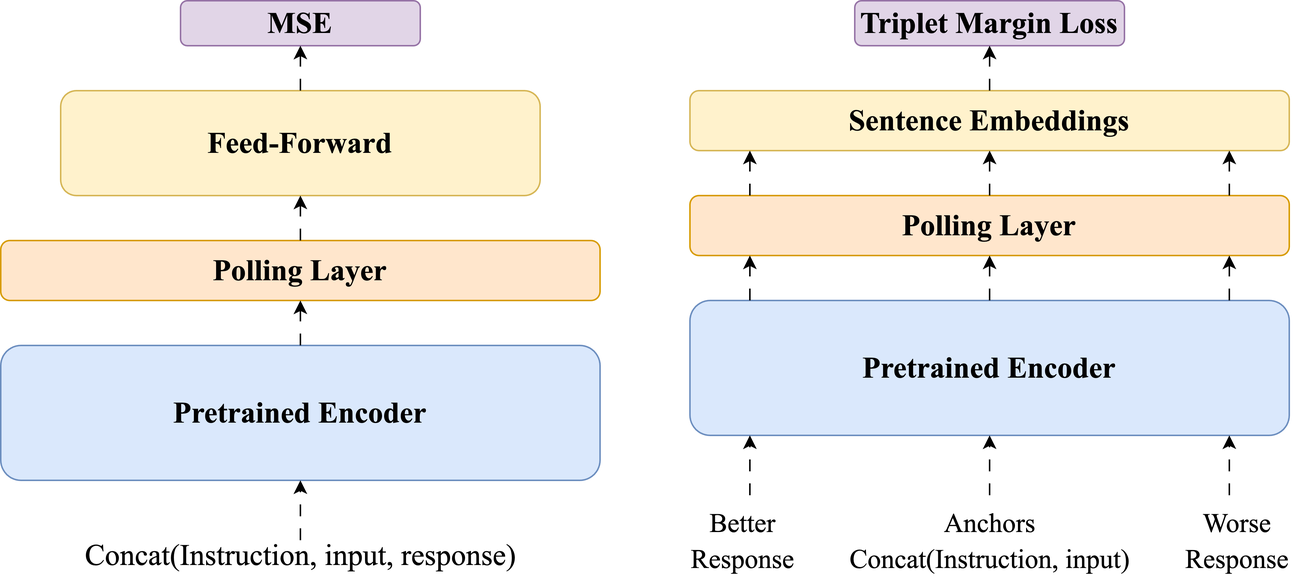
Earlier version of the draw.io export pic/IQS&Comet.png (IronBeliever/CaR). Source tidied: cells renumbered, new cells last; positions are measured from the earlier drawing's top-left corner, leaving out a move shared by most shapes.
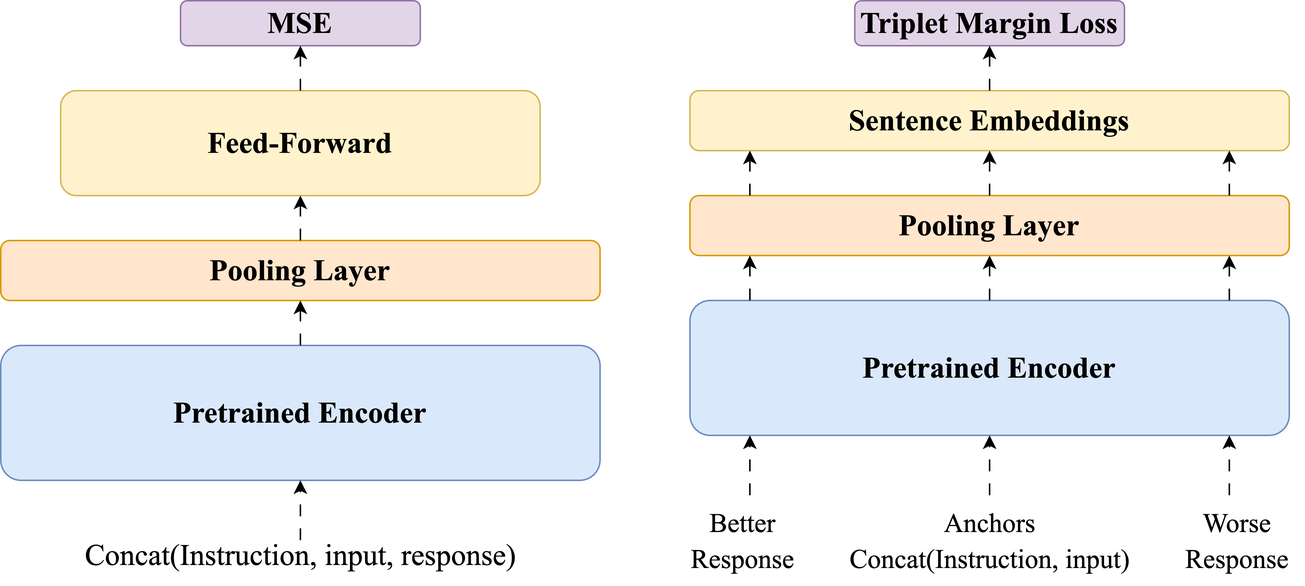
Above is the later version.

What changed in the source:
```diff
@@ -5,7 +5,7 @@
     <mxCell id="2" value="&lt;font face=&quot;Times New Roman&quot;&gt;&lt;b&gt;Pretrained Encoder&lt;/b&gt;&lt;/font&gt;" style="rounded=1;whiteSpace=wrap;html=1;hachureGap=4;fontFamily=Architects Daughter;fontSource=https%3A%2F%2Ffonts.googleapis.com%2Fcss%3Ffamily%3DArchitects%2BDaughter;fontSize=20;fillColor=#dae8fc;strokeColor=#6c8ebf;" parent="1" vertex="1">
       <mxGeometry y="230" width="400" height="90" as="geometry" />
     </mxCell>
-    <mxCell id="3" value="&lt;font face=&quot;Times New Roman&quot;&gt;&lt;b&gt;Polling Layer&lt;/b&gt;&lt;/font&gt;" style="rounded=1;whiteSpace=wrap;html=1;hachureGap=4;fontFamily=Architects Daughter;fontSource=https%3A%2F%2Ffonts.googleapis.com%2Fcss%3Ffamily%3DArchitects%2BDaughter;fontSize=20;fillColor=#ffe6cc;strokeColor=#d79b00;" parent="1" vertex="1">
+    <mxCell id="3" value="&lt;font face=&quot;Times New Roman&quot;&gt;&lt;b&gt;Pooling Layer&lt;/b&gt;&lt;/font&gt;" style="rounded=1;whiteSpace=wrap;html=1;hachureGap=4;fontFamily=Architects Daughter;fontSource=https%3A%2F%2Ffonts.googleapis.com%2Fcss%3Ffamily%3DArchitects%2BDaughter;fontSize=20;fillColor=#ffe6cc;strokeColor=#d79b00;" parent="1" vertex="1">
       <mxGeometry y="160" width="400" height="40" as="geometry" />
     </mxCell>
     <mxCell id="4" value="&lt;font face=&quot;Times New Roman&quot;&gt;&lt;b&gt;Feed-Forward&lt;/b&gt;&lt;/font&gt;" style="rounded=1;whiteSpace=wrap;html=1;hachureGap=4;fontFamily=Architects Daughter;fontSource=https%3A%2F%2Ffonts.googleapis.com%2Fcss%3Ffamily%3DArchitects%2BDaughter;fontSize=20;fillColor=#fff2cc;strokeColor=#d6b656;" parent="1" vertex="1">
@@ -34,7 +34,7 @@
     <mxCell id="11" value="&lt;font face=&quot;Times New Roman&quot;&gt;&lt;b&gt;Pretrained Encoder&lt;/b&gt;&lt;/font&gt;" style="rounded=1;whiteSpace=wrap;html=1;hachureGap=4;fontFamily=Architects Daughter;fontSource=https%3A%2F%2Ffonts.googleapis.com%2Fcss%3Ffamily%3DArchitects%2BDaughter;fontSize=20;fillColor=#dae8fc;strokeColor=#6c8ebf;" parent="1" vertex="1">
       <mxGeometry x="460" y="200" width="400" height="90" as="geometry" />
     </mxCell>
-    <mxCell id="12" value="&lt;font face=&quot;Times New Roman&quot;&gt;&lt;b&gt;Polling Layer&lt;/b&gt;&lt;/font&gt;" style="rounded=1;whiteSpace=wrap;html=1;hachureGap=4;fontFamily=Architects Daughter;fontSource=https%3A%2F%2Ffonts.googleapis.com%2Fcss%3Ffamily%3DArchitects%2BDaughter;fontSize=20;fillColor=#ffe6cc;strokeColor=#d79b00;" parent="1" vertex="1">
+    <mxCell id="12" value="&lt;font face=&quot;Times New Roman&quot;&gt;&lt;b&gt;Pooling Layer&lt;/b&gt;&lt;/font&gt;" style="rounded=1;whiteSpace=wrap;html=1;hachureGap=4;fontFamily=Architects Daughter;fontSource=https%3A%2F%2Ffonts.googleapis.com%2Fcss%3Ffamily%3DArchitects%2BDaughter;fontSize=20;fillColor=#ffe6cc;strokeColor=#d79b00;" parent="1" vertex="1">
       <mxGeometry x="460" y="130" width="400" height="40" as="geometry" />
     </mxCell>
     <mxCell id="13" value="&lt;font face=&quot;Times New Roman&quot;&gt;&lt;b&gt;Sentence Embeddings&lt;/b&gt;&lt;/font&gt;" style="rounded=1;whiteSpace=wrap;html=1;hachureGap=4;fontFamily=Architects Daughter;fontSource=https%3A%2F%2Ffonts.googleapis.com%2Fcss%3Ffamily%3DArchitects%2BDaughter;fontSize=20;fillColor=#fff2cc;strokeColor=#d6b656;" parent="1" vertex="1">
```
